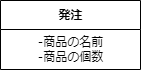
Above: psp4/クラス図/クラス図_発注・仕込みリスト.drawio.png in MasakiHiguchi/--- (draw.io), before the change. Source tidied: cells renumbered, new cells last; positions are measured from the earlier drawing's top-left corner, leaving out a move shared by most shapes. Source of this version:
```xml
<mxGraphModel>
  <root>
    <mxCell id="0" />
    <mxCell id="1" parent="0" />
    <mxCell id="2" value="発注" style="swimlane;fontStyle=1;align=center;verticalAlign=middle;horizontal=1;startSize=29;html=1;" parent="1" vertex="1">
      <mxGeometry width="140" height="69" as="geometry" />
    </mxCell>
    <mxCell id="3" value="‐商品の名前&lt;br&gt;‐商品の個数&lt;br&gt;" style="text;html=1;align=center;verticalAlign=middle;strokeColor=none;fillColor=none;" parent="2" vertex="1">
      <mxGeometry y="29" width="140" height="40" as="geometry" />
    </mxCell>
  </root>
</mxGraphModel>
```
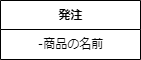
The same file after the commit.

Change to the diagram source:
```diff
@@ -3,10 +3,10 @@
     <mxCell id="0" />
     <mxCell id="1" parent="0" />
     <mxCell id="2" value="発注" style="swimlane;fontStyle=1;align=center;verticalAlign=middle;horizontal=1;startSize=29;html=1;" parent="1" vertex="1">
-      <mxGeometry width="140" height="69" as="geometry" />
+      <mxGeometry width="140" height="59" as="geometry" />
     </mxCell>
-    <mxCell id="3" value="‐商品の名前&lt;br&gt;‐商品の個数&lt;br&gt;" style="text;html=1;align=center;verticalAlign=middle;strokeColor=none;fillColor=none;" parent="2" vertex="1">
-      <mxGeometry y="29" width="140" height="40" as="geometry" />
+    <mxCell id="3" value="‐商品の名前" style="text;html=1;align=center;verticalAlign=middle;strokeColor=none;fillColor=none;" parent="2" vertex="1">
+      <mxGeometry y="29" width="140" height="30" as="geometry" />
     </mxCell>
   </root>
 </mxGraphModel>
```
